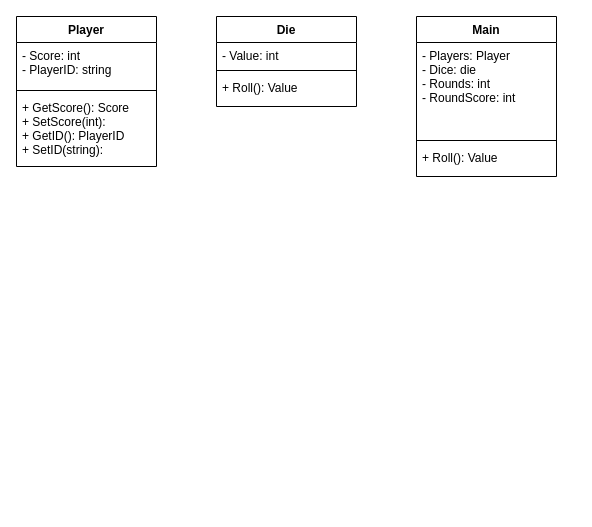
CanaanJMack/GipPythonGame keeps this draw.io diagram as Untitled Diagram.drawio. Above is the earlier version. Source tidied: cells renumbered, new cells numbered last; positions are measured from the earlier drawing's top-left corner, leaving out a move shared by most shapes. Both pictures are drawn from the tidied source at 100%, with x=0, y=0 at pixel (16, 16).
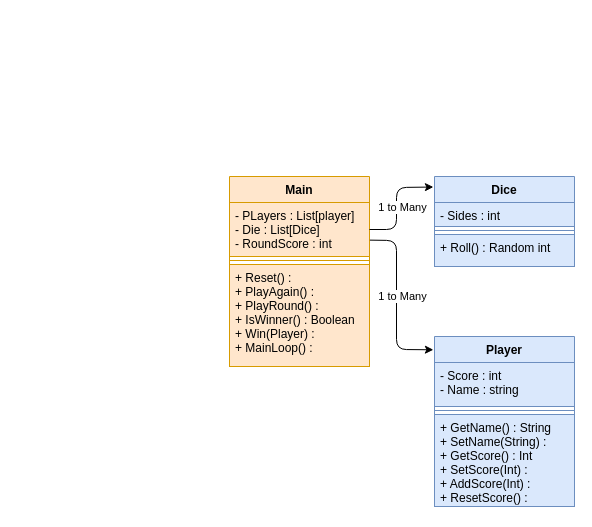
Above is the later version.

What changed in the source:
```diff
@@
-    <mxCell id="2" value="Player" style="swimlane;fontStyle=1;align=center;verticalAlign=top;horizontal=1;startSize=26;" parent="1" vertex="1">
-      <mxGeometry width="140" height="150" as="geometry" />
+    <mxCell id="2" value="Player" style="swimlane;fontStyle=1;align=center;verticalAlign=top;horizontal=1;startSize=26;fillColor=#dae8fc;strokeColor=#6c8ebf;" parent="1" vertex="1">
+      <mxGeometry x="418" y="320" width="140" height="170" as="geometry" />
     </mxCell>
-    <mxCell id="3" value="- Score: int&#10;- PlayerID: string" style="text;strokeColor=none;fillColor=none;align=left;verticalAlign=top;spacingLeft=4;spacingRight=4;overflow=hidden;" parent="2" vertex="1">
+    <mxCell id="3" value="- Score : int&#10;- Name : string" style="text;strokeColor=#6c8ebf;fillColor=#dae8fc;align=left;verticalAlign=top;spacingLeft=4;spacingRight=4;overflow=hidden;" parent="2" vertex="1">
       <mxGeometry y="26" width="140" height="44" as="geometry" />
     </mxCell>
-    <mxCell id="4" style="line;strokeWidth=1;fillColor=none;align=left;verticalAlign=middle;spacingTop=-1;spacingLeft=3;spacingRight=3;labelPosition=right;" parent="2" vertex="1">
+    <mxCell id="4" style="line;strokeWidth=1;fillColor=#dae8fc;align=left;verticalAlign=middle;spacingTop=-1;spacingLeft=3;spacingRight=3;labelPosition=right;strokeColor=#6c8ebf;" parent="2" vertex="1">
       <mxGeometry y="70" width="140" height="8" as="geometry" />
     </mxCell>
-    <mxCell id="5" value="+ GetScore(): Score&#10;+ SetScore(int): &#10;+ GetID(): PlayerID&#10;+ SetID(string): " style="text;strokeColor=none;fillColor=none;align=left;verticalAlign=top;spacingLeft=4;spacingRight=4;overflow=hidden;" parent="2" vertex="1">
-      <mxGeometry y="78" width="140" height="72" as="geometry" />
+    <mxCell id="5" value="+ GetName() : String&#10;+ SetName(String) :&#10;+ GetScore() : Int&#10;+ SetScore(Int) :&#10;+ AddScore(Int) :&#10;+ ResetScore() :&#10;" style="text;strokeColor=#6c8ebf;fillColor=#dae8fc;align=left;verticalAlign=top;spacingLeft=4;spacingRight=4;overflow=hidden;" parent="2" vertex="1">
+      <mxGeometry y="78" width="140" height="92" as="geometry" />
     </mxCell>
-    <mxCell id="6" value="Die" style="swimlane;fontStyle=1;align=center;verticalAlign=top;horizontal=1;startSize=26;" parent="1" vertex="1">
-      <mxGeometry x="200" width="140" height="90" as="geometry" />
-    </mxCell>
-    <mxCell id="7" value="- Value: int" style="text;strokeColor=none;fillColor=none;align=left;verticalAlign=top;spacingLeft=4;spacingRight=4;overflow=hidden;" parent="6" vertex="1">
-      <mxGeometry y="26" width="140" height="24" as="geometry" />
-    </mxCell>
-    <mxCell id="8" style="line;strokeWidth=1;fillColor=none;align=left;verticalAlign=middle;spacingTop=-1;spacingLeft=3;spacingRight=3;labelPosition=right;" parent="6" vertex="1">
-      <mxGeometry y="50" width="140" height="8" as="geometry" />
-    </mxCell>
-    <mxCell id="9" value="+ Roll(): Value " style="text;strokeColor=none;fillColor=none;align=left;verticalAlign=top;spacingLeft=4;spacingRight=4;overflow=hidden;" parent="6" vertex="1">
-      <mxGeometry y="58" width="140" height="32" as="geometry" />
-    </mxCell>
-    <mxCell id="10" value="Main" style="swimlane;fontStyle=1;align=center;verticalAlign=top;horizontal=1;startSize=26;" parent="1" vertex="1">
-      <mxGeometry x="400" width="140" height="160" as="geometry" />
+    <mxCell id="10" value="Main" style="swimlane;fontStyle=1;align=center;verticalAlign=top;horizontal=1;startSize=26;fillColor=#ffe6cc;strokeColor=#d79b00;" parent="1" vertex="1">
+      <mxGeometry x="213" y="160" width="140" height="190" as="geometry" />
     </mxCell>
-    <mxCell id="11" value="- Players: Player&#10;- Dice: die&#10;- Rounds: int&#10;- RoundScore: int&#10;" style="text;strokeColor=none;fillColor=none;align=left;verticalAlign=top;spacingLeft=4;spacingRight=4;overflow=hidden;" parent="10" vertex="1">
-      <mxGeometry y="26" width="140" height="94" as="geometry" />
-    </mxCell>
-    <mxCell id="12" style="line;strokeWidth=1;fillColor=none;align=left;verticalAlign=middle;spacingTop=-1;spacingLeft=3;spacingRight=3;labelPosition=right;" parent="10" vertex="1">
-      <mxGeometry y="120" width="140" height="8" as="geometry" />
-    </mxCell>
-    <mxCell id="13" value="+ Roll(): Value " style="text;strokeColor=none;fillColor=none;align=left;verticalAlign=top;spacingLeft=4;spacingRight=4;overflow=hidden;" parent="10" vertex="1">
-      <mxGeometry y="128" width="140" height="32" as="geometry" />
-    </mxCell>
+    <mxCell id="14" value="- PLayers : List[player]&#10;- Die : List[Dice]&#10;- RoundScore : int&#10;" style="text;strokeColor=#d79b00;fillColor=#ffe6cc;align=left;verticalAlign=top;spacingLeft=4;spacingRight=4;overflow=hidden;points=[[0,0.5],[1,0.5]];portConstraint=eastwest;" parent="10" vertex="1">
+      <mxGeometry y="26" width="140" height="54" as="geometry" />
+    </mxCell>
+    <mxCell id="15" style="line;strokeWidth=1;fillColor=#ffe6cc;align=left;verticalAlign=middle;spacingTop=-1;spacingLeft=3;spacingRight=3;labelPosition=right;strokeColor=#d79b00;" parent="10" vertex="1">
+      <mxGeometry y="80" width="140" height="8" as="geometry" />
+    </mxCell>
+    <mxCell id="16" value="+ Reset() : &#10;+ PlayAgain() :&#10;+ PlayRound() : &#10;+ IsWinner() : Boolean&#10;+ Win(Player) : &#10;+ MainLoop() : " style="text;strokeColor=#d79b00;fillColor=#ffe6cc;align=left;verticalAlign=top;spacingLeft=4;spacingRight=4;overflow=hidden;fontStyle=0;" parent="10" vertex="1">
+      <mxGeometry y="88" width="140" height="102" as="geometry" />
+    </mxCell>
+    <mxCell id="17" value="Dice" style="swimlane;fontStyle=1;align=center;verticalAlign=top;horizontal=1;startSize=26;fillColor=#dae8fc;strokeColor=#6c8ebf;" parent="1" vertex="1">
+      <mxGeometry x="418" y="160" width="140" height="90" as="geometry" />
+    </mxCell>
+    <mxCell id="18" value="- Sides : int" style="text;strokeColor=#6c8ebf;fillColor=#dae8fc;align=left;verticalAlign=top;spacingLeft=4;spacingRight=4;overflow=hidden;" parent="17" vertex="1">
+      <mxGeometry y="26" width="140" height="24" as="geometry" />
+    </mxCell>
+    <mxCell id="19" style="line;strokeWidth=1;fillColor=#dae8fc;align=left;verticalAlign=middle;spacingTop=-1;spacingLeft=3;spacingRight=3;labelPosition=right;strokeColor=#6c8ebf;" parent="17" vertex="1">
+      <mxGeometry y="50" width="140" height="8" as="geometry" />
+    </mxCell>
+    <mxCell id="20" value="+ Roll() : Random int" style="text;strokeColor=#6c8ebf;fillColor=#dae8fc;align=left;verticalAlign=top;spacingLeft=4;spacingRight=4;overflow=hidden;" parent="17" vertex="1">
+      <mxGeometry y="58" width="140" height="32" as="geometry" />
+    </mxCell>
+    <mxCell id="21" style="endArrow=classic;html=1;exitX=1;exitY=0.5;exitDx=0;exitDy=0;entryX=-0.008;entryY=0.117;entryDx=0;entryDy=0;entryPerimeter=0;" parent="1" edge="1" source="14" target="17">
+      <mxGeometry relative="1" as="geometry">
+        <Array as="points">
+          <mxPoint x="380" y="213" />
+          <mxPoint x="380" y="171" />
+        </Array>
+      </mxGeometry>
+    </mxCell>
+    <mxCell id="22" style="endArrow=classic;html=1;exitX=1.003;exitY=0.697;exitDx=0;exitDy=0;exitPerimeter=0;entryX=-0.008;entryY=0.078;entryDx=0;entryDy=0;entryPerimeter=0;" parent="1" edge="1" source="14" target="2">
+      <mxGeometry relative="1" as="geometry">
+        <Array as="points">
+          <mxPoint x="380" y="224" />
+          <mxPoint x="380" y="333" />
+        </Array>
+      </mxGeometry>
+    </mxCell>
+    <mxCell id="23" value="1 to Many" style="edgeLabel;html=1;align=center;verticalAlign=middle;" parent="22" vertex="1">
+      <mxGeometry x="0.35" y="2" relative="1" as="geometry">
+        <mxPoint x="3" y="-34" as="offset" />
+      </mxGeometry>
+    </mxCell>
+    <mxCell id="24" value="1 to Many" style="edgeLabel;html=1;align=center;verticalAlign=middle;" parent="1" vertex="1">
+      <mxGeometry x="385" y="190" as="geometry" />
+    </mxCell>
```
